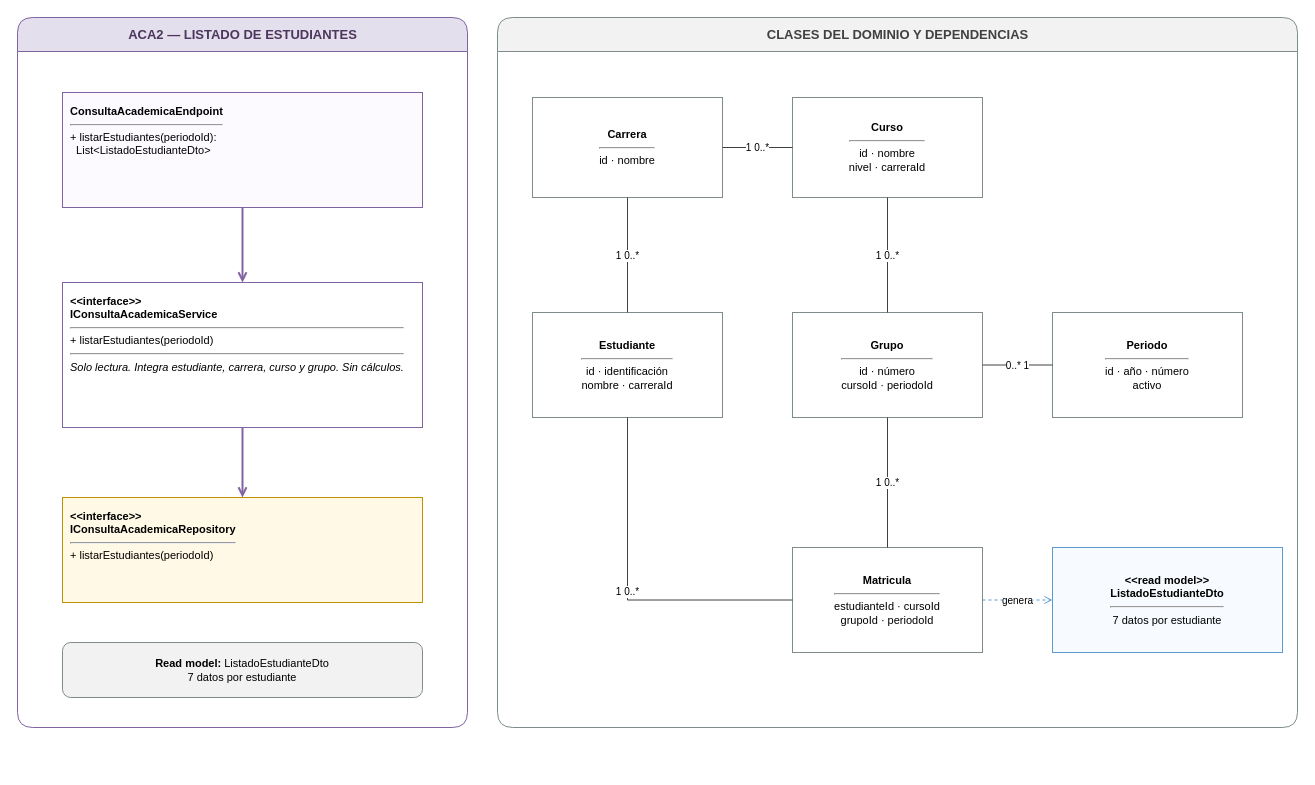
This is Documentacion/Diagramas Generales/Clases/Microservicios/DiagramaClases_ListadoEstudiantes.drawio from AskingManCode/MetaU, a draw.io file, before an edit. Source tidied: cells renumbered, new cells numbered last; positions are measured from the earlier drawing's top-left corner, leaving out a move shared by most shapes. Both pictures are drawn from the tidied source at 100%, with x=0, y=0 at pixel (17, 17).
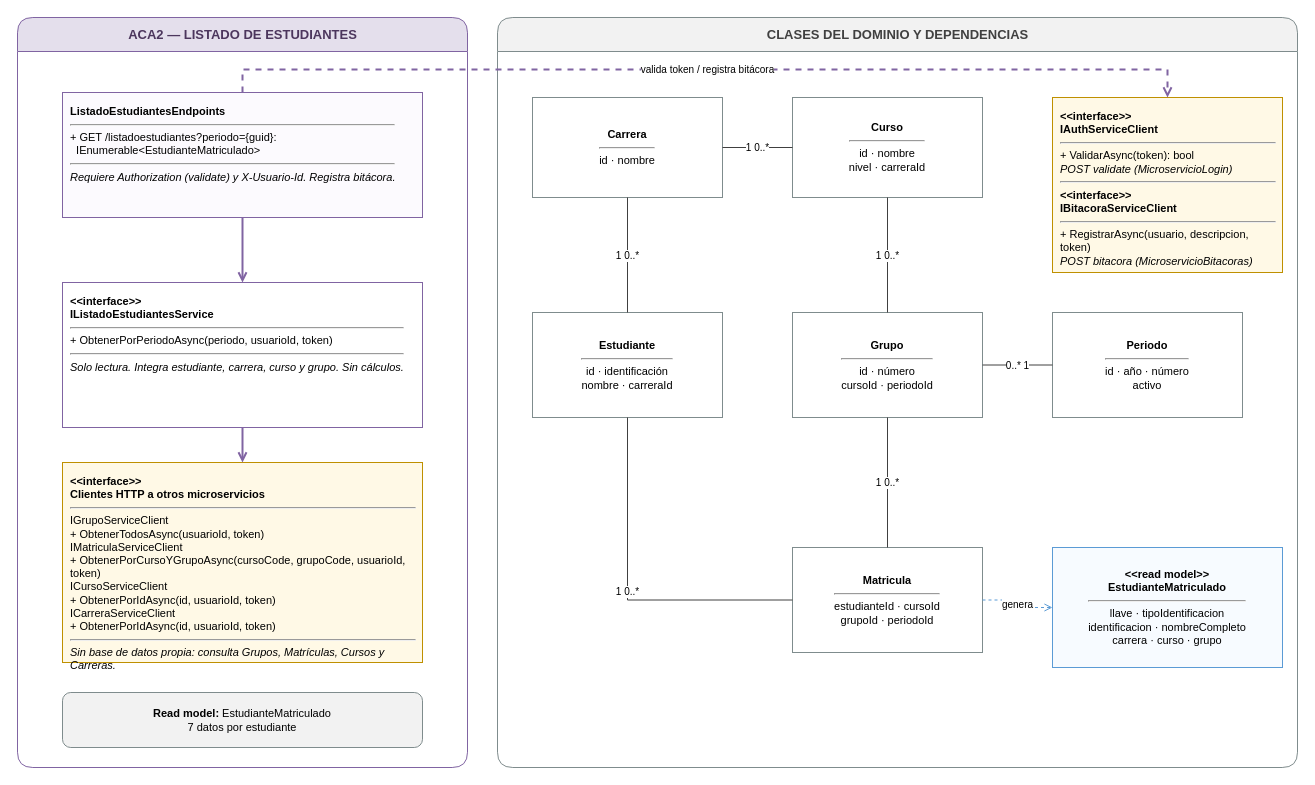
The same diagram, later.

The edit, as a diff of the source:
```diff
@@
     <mxCell id="2" value="ACA2 — LISTADO DE ESTUDIANTES" style="swimlane;html=1;startSize=34;horizontal=1;rounded=1;fillColor=#E4DFEC;swimlaneFillColor=#FFFFFF;strokeColor=#8064A2;fontColor=#4C365D;fontStyle=1;fontSize=13;" parent="1" vertex="1">
-      <mxGeometry width="450" height="710" as="geometry" />
+      <mxGeometry width="450" height="750" as="geometry" />
     </mxCell>
     <mxCell id="3" value="CLASES DEL DOMINIO Y DEPENDENCIAS" style="swimlane;html=1;startSize=34;horizontal=1;rounded=1;fillColor=#F2F2F2;swimlaneFillColor=#FFFFFF;strokeColor=#7F8C8D;fontColor=#404040;fontStyle=1;fontSize=13;" parent="1" vertex="1">
-      <mxGeometry x="480" width="800" height="710" as="geometry" />
+      <mxGeometry x="480" width="800" height="750" as="geometry" />
     </mxCell>
-    <mxCell id="4" value="&lt;b&gt;ConsultaAcademicaEndpoint&lt;/b&gt;&lt;hr&gt;+ listarEstudiantes(periodoId):&lt;br&gt;&amp;nbsp;&amp;nbsp;List&amp;lt;ListadoEstudianteDto&amp;gt;" style="rounded=0;whiteSpace=wrap;html=1;align=left;verticalAlign=top;spacing=8;fillColor=#FCFAFE;strokeColor=#8064A2;fontSize=11;" parent="1" vertex="1">
-      <mxGeometry x="45" y="75" width="360" height="115" as="geometry" />
+    <mxCell id="4" value="&lt;b&gt;ListadoEstudiantesEndpoints&lt;/b&gt;&lt;hr&gt;+ GET /listadoestudiantes?periodo={guid}:&lt;br&gt;&amp;nbsp;&amp;nbsp;IEnumerable&amp;lt;EstudianteMatriculado&amp;gt;&lt;hr&gt;&lt;i&gt;Requiere Authorization (validate) y X-Usuario-Id. Registra bitácora.&lt;/i&gt;" style="rounded=0;whiteSpace=wrap;html=1;align=left;verticalAlign=top;spacing=8;fillColor=#FCFAFE;strokeColor=#8064A2;fontSize=11;" parent="1" vertex="1">
+      <mxGeometry x="45" y="75" width="360" height="125" as="geometry" />
     </mxCell>
-    <mxCell id="5" value="&lt;b&gt;&amp;lt;&amp;lt;interface&amp;gt;&amp;gt;&lt;br&gt;IConsultaAcademicaService&lt;/b&gt;&lt;hr&gt;+ listarEstudiantes(periodoId)&lt;hr&gt;&lt;i&gt;Solo lectura. Integra estudiante, carrera, curso y grupo. Sin cálculos.&lt;/i&gt;" style="rounded=0;whiteSpace=wrap;html=1;align=left;verticalAlign=top;spacing=8;fillColor=#FFFFFF;strokeColor=#8064A2;fontSize=11;" parent="1" vertex="1">
+    <mxCell id="5" value="&lt;b&gt;&amp;lt;&amp;lt;interface&amp;gt;&amp;gt;&lt;br&gt;IListadoEstudiantesService&lt;/b&gt;&lt;hr&gt;+ ObtenerPorPeriodoAsync(periodo, usuarioId, token)&lt;hr&gt;&lt;i&gt;Solo lectura. Integra estudiante, carrera, curso y grupo. Sin cálculos.&lt;/i&gt;" style="rounded=0;whiteSpace=wrap;html=1;align=left;verticalAlign=top;spacing=8;fillColor=#FFFFFF;strokeColor=#8064A2;fontSize=11;" parent="1" vertex="1">
       <mxGeometry x="45" y="265" width="360" height="145" as="geometry" />
     </mxCell>
-    <mxCell id="6" value="&lt;b&gt;&amp;lt;&amp;lt;interface&amp;gt;&amp;gt;&lt;br&gt;IConsultaAcademicaRepository&lt;/b&gt;&lt;hr&gt;+ listarEstudiantes(periodoId)" style="rounded=0;whiteSpace=wrap;html=1;align=left;verticalAlign=top;spacing=8;fillColor=#FFF9E6;strokeColor=#BF9000;fontSize=11;" parent="1" vertex="1">
-      <mxGeometry x="45" y="480" width="360" height="105" as="geometry" />
+    <mxCell id="6" value="&lt;b&gt;&amp;lt;&amp;lt;interface&amp;gt;&amp;gt;&lt;br&gt;Clientes HTTP a otros microservicios&lt;/b&gt;&lt;hr&gt;IGrupoServiceClient&lt;br&gt;+ ObtenerTodosAsync(usuarioId, token)&lt;br&gt;IMatriculaServiceClient&lt;br&gt;+ ObtenerPorCursoYGrupoAsync(cursoCode, grupoCode, usuarioId, token)&lt;br&gt;ICursoServiceClient&lt;br&gt;+ ObtenerPorIdAsync(id, usuarioId, token)&lt;br&gt;ICarreraServiceClient&lt;br&gt;+ ObtenerPorIdAsync(id, usuarioId, token)&lt;hr&gt;&lt;i&gt;Sin base de datos propia: consulta Grupos, Matrículas, Cursos y Carreras.&lt;/i&gt;" style="rounded=0;whiteSpace=wrap;html=1;align=left;verticalAlign=top;spacing=8;fillColor=#FFF9E6;strokeColor=#BF9000;fontSize=11;" parent="1" vertex="1">
+      <mxGeometry x="45" y="445" width="360" height="200" as="geometry" />
     </mxCell>
-    <mxCell id="7" value="&lt;b&gt;Read model:&lt;/b&gt; ListadoEstudianteDto&lt;br&gt;7 datos por estudiante" style="rounded=1;whiteSpace=wrap;html=1;fillColor=#F2F2F2;strokeColor=#7F8C8D;fontSize=11;" parent="1" vertex="1">
-      <mxGeometry x="45" y="625" width="360" height="55" as="geometry" />
+    <mxCell id="7" value="&lt;b&gt;Read model:&lt;/b&gt; EstudianteMatriculado&lt;br&gt;7 datos por estudiante" style="rounded=1;whiteSpace=wrap;html=1;fillColor=#F2F2F2;strokeColor=#7F8C8D;fontSize=11;" parent="1" vertex="1">
+      <mxGeometry x="45" y="675" width="360" height="55" as="geometry" />
     </mxCell>
@@
-    <mxCell id="16" value="&lt;b&gt;&amp;lt;&amp;lt;read model&amp;gt;&amp;gt;&lt;br&gt;ListadoEstudianteDto&lt;/b&gt;&lt;hr&gt;7 datos por estudiante" style="rounded=0;whiteSpace=wrap;html=1;fillColor=#F7FBFF;strokeColor=#5B9BD5;fontSize=11;" parent="1" vertex="1">
-      <mxGeometry x="1035" y="530" width="230" height="105" as="geometry" />
+    <mxCell id="16" value="&lt;b&gt;&amp;lt;&amp;lt;read model&amp;gt;&amp;gt;&lt;br&gt;EstudianteMatriculado&lt;/b&gt;&lt;hr&gt;llave · tipoIdentificacion&lt;br&gt;identificacion · nombreCompleto&lt;br&gt;carrera · curso · grupo" style="rounded=0;whiteSpace=wrap;html=1;fillColor=#F7FBFF;strokeColor=#5B9BD5;fontSize=11;" parent="1" vertex="1">
+      <mxGeometry x="1035" y="530" width="230" height="120" as="geometry" />
     </mxCell>
@@
+    <mxCell id="24" value="&lt;b&gt;&amp;lt;&amp;lt;interface&amp;gt;&amp;gt;&lt;br&gt;IAuthServiceClient&lt;/b&gt;&lt;hr&gt;+ ValidarAsync(token): bool&lt;br&gt;&lt;i&gt;POST validate (MicroservicioLogin)&lt;/i&gt;&lt;hr&gt;&lt;b&gt;&amp;lt;&amp;lt;interface&amp;gt;&amp;gt;&lt;br&gt;IBitacoraServiceClient&lt;/b&gt;&lt;hr&gt;+ RegistrarAsync(usuario, descripcion, token)&lt;br&gt;&lt;i&gt;POST bitacora (MicroservicioBitacoras)&lt;/i&gt;" style="rounded=0;whiteSpace=wrap;html=1;align=left;verticalAlign=top;spacing=8;fillColor=#FFF9E6;strokeColor=#BF9000;fontSize=11;" parent="1" vertex="1">
+      <mxGeometry x="1035" y="80" width="230" height="175" as="geometry" />
+    </mxCell>
+    <mxCell id="25" value="valida token / registra bitácora" style="edgeStyle=orthogonalEdgeStyle;rounded=0;html=1;endArrow=open;endFill=0;dashed=1;strokeWidth=2;strokeColor=#8064A2;fontSize=10;labelBackgroundColor=#FFFFFF;exitX=0.5;exitY=0;entryX=0.5;entryY=0;" parent="1" edge="1" source="4" target="24">
+      <mxGeometry relative="1" as="geometry">
+        <Array as="points">
+          <mxPoint x="225" y="52" />
+          <mxPoint x="1150" y="52" />
+        </Array>
+      </mxGeometry>
+    </mxCell>
```
